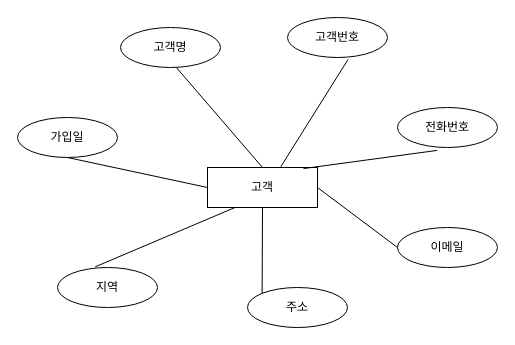
This is erd.drawio from Parktaewoo11/ai8-erd, a draw.io file, before an edit. Source tidied: cells renumbered, new cells numbered last; positions are measured from the earlier drawing's top-left corner, leaving out a move shared by most shapes. Both pictures are drawn from the tidied source at 100%, with x=0, y=0 at pixel (17, 17).
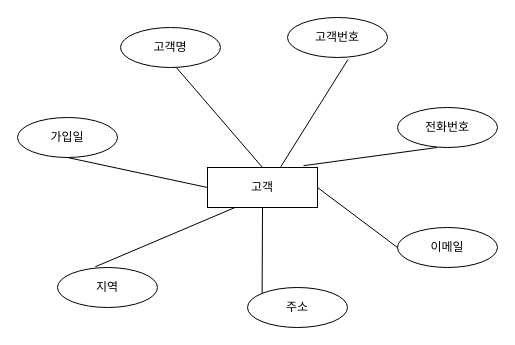
After the change.

What changed in the source:
```diff
@@
 <mxGraphModel>
   <root>
     <mxCell id="0" />
     <mxCell id="1" parent="0" />
     <mxCell id="2" value="고객" style="whiteSpace=wrap;html=1;align=center;" parent="1" vertex="1">
       <mxGeometry x="190" y="150" width="110" height="40" as="geometry" />
     </mxCell>
     <mxCell id="3" value="고객명" style="ellipse;whiteSpace=wrap;html=1;align=center;" parent="1" vertex="1">
       <mxGeometry x="103" y="10" width="100" height="40" as="geometry" />
     </mxCell>
     <mxCell id="4" value="전화번호" style="ellipse;whiteSpace=wrap;html=1;align=center;strokeColor=default;fillOpacity=100;" parent="1" vertex="1">
       <mxGeometry x="380" y="90" width="100" height="40" as="geometry" />
     </mxCell>
     <mxCell id="5" value="이메일" style="ellipse;whiteSpace=wrap;html=1;align=center;" parent="1" vertex="1">
       <mxGeometry x="380" y="210" width="100" height="40" as="geometry" />
     </mxCell>
     <mxCell id="6" value="주소" style="ellipse;whiteSpace=wrap;html=1;align=center;" parent="1" vertex="1">
       <mxGeometry x="230" y="270" width="100" height="40" as="geometry" />
     </mxCell>
     <mxCell id="7" value="&lt;font style=&quot;font-size: 12px;&quot;&gt;지역&lt;/font&gt;" style="ellipse;whiteSpace=wrap;html=1;align=center;" parent="1" vertex="1">
       <mxGeometry x="40" y="250" width="100" height="40" as="geometry" />
     </mxCell>
     <mxCell id="8" style="endArrow=none;html=1;rounded=0;exitX=0.56;exitY=1.005;exitDx=0;exitDy=0;exitPerimeter=0;entryX=0.5;entryY=0;entryDx=0;entryDy=0;" parent="1" edge="1" source="3" target="2">
       <mxGeometry relative="1" as="geometry" />
     </mxCell>
-    <mxCell id="9" style="endArrow=none;html=1;rounded=0;exitX=0.873;exitY=0.027;exitDx=0;exitDy=0;exitPerimeter=0;entryX=0.396;entryY=1.073;entryDx=0;entryDy=0;entryPerimeter=0;" parent="1" edge="1" source="2" target="4">
-      <mxGeometry relative="1" as="geometry" />
+    <mxCell id="9" style="endArrow=none;html=1;rounded=0;exitX=0.873;exitY=0.027;exitDx=0;exitDy=0;exitPerimeter=0;entryX=0.396;entryY=1.073;entryDx=0;entryDy=0;entryPerimeter=0;" parent="1" edge="1">
+      <mxGeometry relative="1" as="geometry">
+        <mxPoint x="286" y="148.2" as="sourcePoint" />
+        <mxPoint x="419.6" y="130" as="targetPoint" />
+      </mxGeometry>
     </mxCell>
     <mxCell id="10" style="endArrow=none;html=1;rounded=0;exitX=0.25;exitY=1;exitDx=0;exitDy=0;entryX=0.378;entryY=-0.018;entryDx=0;entryDy=0;entryPerimeter=0;" parent="1" edge="1" source="2" target="7">
       <mxGeometry relative="1" as="geometry" />
     </mxCell>
     <mxCell id="11" value="가입일" style="ellipse;whiteSpace=wrap;html=1;align=center;" parent="1" vertex="1">
       <mxGeometry y="100" width="100" height="40" as="geometry" />
     </mxCell>
     <mxCell id="12" style="endArrow=none;html=1;rounded=0;exitX=0.5;exitY=1;exitDx=0;exitDy=0;entryX=0;entryY=0.5;entryDx=0;entryDy=0;" parent="1" edge="1" source="11" target="2">
       <mxGeometry relative="1" as="geometry" />
     </mxCell>
     <mxCell id="13" style="endArrow=none;html=1;rounded=0;entryX=0;entryY=0;entryDx=0;entryDy=0;exitX=0.5;exitY=1;exitDx=0;exitDy=0;" parent="1" edge="1" source="2" target="6">
       <mxGeometry relative="1" as="geometry" />
     </mxCell>
     <mxCell id="14" style="endArrow=none;html=1;rounded=0;entryX=0;entryY=0.5;entryDx=0;entryDy=0;exitX=1;exitY=0.5;exitDx=0;exitDy=0;" parent="1" edge="1" source="2" target="5">
       <mxGeometry relative="1" as="geometry" />
     </mxCell>
     <mxCell id="15" value="고객번호" style="ellipse;whiteSpace=wrap;html=1;align=center;" parent="1" vertex="1">
       <mxGeometry x="270" width="100" height="40" as="geometry" />
     </mxCell>
     <mxCell id="16" style="endArrow=none;html=1;rounded=0;entryX=0.605;entryY=1.05;entryDx=0;entryDy=0;entryPerimeter=0;exitX=0.666;exitY=-0.018;exitDx=0;exitDy=0;exitPerimeter=0;" parent="1" edge="1" source="2" target="15">
       <mxGeometry relative="1" as="geometry" />
     </mxCell>
   </root>
 </mxGraphModel>
```
